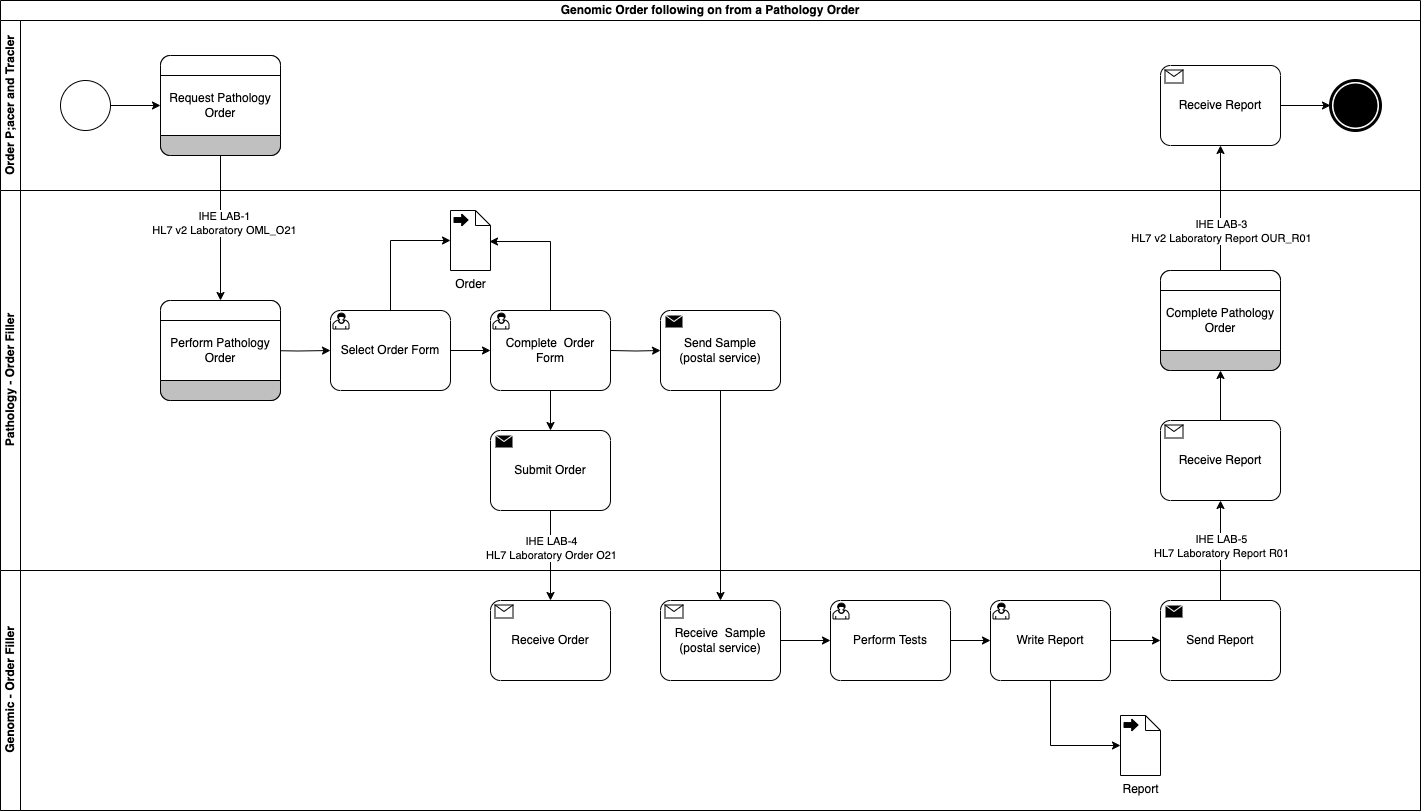
Above: input/images/LTW Use Case 3.drawio.png in nw-gmsa/nw-gmsa.github.com (draw.io), before the change. Source tidied: cells renumbered, new cells last; positions are measured from the earlier drawing's top-left corner, leaving out a move shared by most shapes. Its diagram source:
```xml
<mxGraphModel>
  <root>
    <mxCell id="0" />
    <mxCell id="1" parent="0" />
    <mxCell id="2" value="Genomic Order following on from a Pathology Order" style="swimlane;html=1;horizontal=1;startSize=20;whiteSpace=wrap;" parent="1" vertex="1">
      <mxGeometry width="1420" height="810" as="geometry" />
    </mxCell>
    <mxCell id="3" value="Order P;acer and Tracler" style="swimlane;startSize=20;horizontal=0;html=1;whiteSpace=wrap;" parent="2" vertex="1">
      <mxGeometry y="20" width="1420" height="170" as="geometry" />
    </mxCell>
    <mxCell id="4" style="edgeStyle=orthogonalEdgeStyle;rounded=0;jettySize=auto;html=1;" parent="3" edge="1" source="5" target="6">
      <mxGeometry relative="1" as="geometry" />
    </mxCell>
    <mxCell id="5" style="points=[[0.145,0.145,0],[0.5,0,0],[0.855,0.145,0],[1,0.5,0],[0.855,0.855,0],[0.5,1,0],[0.145,0.855,0],[0,0.5,0]];shape=mxgraph.bpmn.event;html=1;verticalLabelPosition=bottom;labelBackgroundColor=#ffffff;verticalAlign=top;align=center;perimeter=ellipsePerimeter;outlineConnect=0;outline=standard;symbol=general;" parent="3" vertex="1">
      <mxGeometry x="60" y="60" width="50" height="50" as="geometry" />
    </mxCell>
    <mxCell id="6" style="rounded=1;whiteSpace=wrap;html=1;absoluteArcSize=1;arcSize=20;horizontal=1;" parent="3" vertex="1">
      <mxGeometry x="160" y="35" width="120" height="100" as="geometry" />
    </mxCell>
    <mxCell id="7" style="whiteSpace=wrap;html=1;shape=mxgraph.basic.rect;size=10;rectStyle=rounded;bottomRightStyle=square;bottomLeftStyle=square;" parent="6" vertex="1">
      <mxGeometry width="120" height="20" as="geometry" />
    </mxCell>
    <mxCell id="8" value="Request Pathology Order" style="shape=mxgraph.bpmn.task2;taskMarker=abstract;whiteSpace=wrap;html=1;" parent="6" vertex="1">
      <mxGeometry y="20" width="120" height="60" as="geometry" />
    </mxCell>
    <mxCell id="9" style="whiteSpace=wrap;html=1;shape=mxgraph.basic.rect;size=10;rectStyle=rounded;topRightStyle=square;topLeftStyle=square;fillColor=#C0C0C0;" parent="6" vertex="1">
      <mxGeometry y="80" width="120" height="20" as="geometry" />
    </mxCell>
    <mxCell id="10" value="Receive Report" style="points=[[0.25,0,0],[0.5,0,0],[0.75,0,0],[1,0.25,0],[1,0.5,0],[1,0.75,0],[0.75,1,0],[0.5,1,0],[0.25,1,0],[0,0.75,0],[0,0.5,0],[0,0.25,0]];shape=mxgraph.bpmn.task2;whiteSpace=wrap;rectStyle=rounded;size=10;html=1;taskMarker=receive;" parent="3" vertex="1">
      <mxGeometry x="1160" y="45" width="120" height="80" as="geometry" />
    </mxCell>
    <mxCell id="11" style="points=[[0.145,0.145,0],[0.5,0,0],[0.855,0.145,0],[1,0.5,0],[0.855,0.855,0],[0.5,1,0],[0.145,0.855,0],[0,0.5,0]];shape=mxgraph.bpmn.event;html=1;verticalLabelPosition=bottom;labelBackgroundColor=#ffffff;verticalAlign=top;align=center;perimeter=ellipsePerimeter;outlineConnect=0;outline=end;symbol=terminate;" parent="3" vertex="1">
      <mxGeometry x="1330" y="60" width="50" height="50" as="geometry" />
    </mxCell>
    <mxCell id="12" style="edgeStyle=orthogonalEdgeStyle;rounded=0;jettySize=auto;html=1;entryX=0;entryY=0.5;entryDx=0;entryDy=0;entryPerimeter=0;" parent="3" edge="1" source="10" target="11">
      <mxGeometry relative="1" as="geometry" />
    </mxCell>
    <mxCell id="13" value="Pathology - Order Filler" style="swimlane;html=1;startSize=20;horizontal=0;" parent="2" vertex="1">
      <mxGeometry y="190" width="1420" height="380" as="geometry" />
    </mxCell>
    <mxCell id="14" style="edgeStyle=orthogonalEdgeStyle;rounded=0;jettySize=auto;html=1;entryX=0;entryY=0.5;entryDx=0;entryDy=0;entryPerimeter=0;" parent="13" edge="1" target="16">
      <mxGeometry relative="1" as="geometry">
        <mxPoint x="264" y="160" as="sourcePoint" />
      </mxGeometry>
    </mxCell>
    <mxCell id="15" style="edgeStyle=orthogonalEdgeStyle;rounded=0;jettySize=auto;html=1;" parent="13" edge="1" source="16" target="17">
      <mxGeometry relative="1" as="geometry" />
    </mxCell>
    <mxCell id="16" value="Select Order Form" style="points=[[0.25,0,0],[0.5,0,0],[0.75,0,0],[1,0.25,0],[1,0.5,0],[1,0.75,0],[0.75,1,0],[0.5,1,0],[0.25,1,0],[0,0.75,0],[0,0.5,0],[0,0.25,0]];shape=mxgraph.bpmn.task2;whiteSpace=wrap;rectStyle=rounded;size=10;html=1;taskMarker=user;" parent="13" vertex="1">
      <mxGeometry x="330" y="120" width="120" height="80" as="geometry" />
    </mxCell>
    <mxCell id="17" value="Complete&amp;nbsp; Order Form" style="points=[[0.25,0,0],[0.5,0,0],[0.75,0,0],[1,0.25,0],[1,0.5,0],[1,0.75,0],[0.75,1,0],[0.5,1,0],[0.25,1,0],[0,0.75,0],[0,0.5,0],[0,0.25,0]];shape=mxgraph.bpmn.task2;whiteSpace=wrap;rectStyle=rounded;size=10;html=1;taskMarker=user;" parent="13" vertex="1">
      <mxGeometry x="490" y="120" width="120" height="80" as="geometry" />
    </mxCell>
    <mxCell id="18" value="Submit Order" style="points=[[0.25,0,0],[0.5,0,0],[0.75,0,0],[1,0.25,0],[1,0.5,0],[1,0.75,0],[0.75,1,0],[0.5,1,0],[0.25,1,0],[0,0.75,0],[0,0.5,0],[0,0.25,0]];shape=mxgraph.bpmn.task2;whiteSpace=wrap;rectStyle=rounded;size=10;html=1;taskMarker=send;" parent="13" vertex="1">
      <mxGeometry x="490" y="240" width="120" height="80" as="geometry" />
    </mxCell>
    <mxCell id="19" style="edgeStyle=orthogonalEdgeStyle;rounded=0;jettySize=auto;html=1;entryX=0.5;entryY=0;entryDx=0;entryDy=0;entryPerimeter=0;" parent="13" edge="1" source="17" target="18">
      <mxGeometry relative="1" as="geometry" />
    </mxCell>
    <mxCell id="20" value="Order" style="shape=mxgraph.bpmn.data2;labelPosition=center;verticalLabelPosition=bottom;align=center;verticalAlign=top;size=15;html=1;bpmnTransferType=output;" parent="13" vertex="1">
      <mxGeometry x="450" y="20" width="40" height="60" as="geometry" />
    </mxCell>
    <mxCell id="21" style="edgeStyle=orthogonalEdgeStyle;rounded=0;jettySize=auto;html=1;entryX=0.975;entryY=0.517;entryDx=0;entryDy=0;entryPerimeter=0;" parent="13" edge="1" target="20">
      <mxGeometry relative="1" as="geometry">
        <mxPoint x="550" y="120" as="sourcePoint" />
        <Array as="points">
          <mxPoint x="550" y="51" />
        </Array>
      </mxGeometry>
    </mxCell>
    <mxCell id="22" value="Send Sample&lt;br&gt;(postal service)" style="points=[[0.25,0,0],[0.5,0,0],[0.75,0,0],[1,0.25,0],[1,0.5,0],[1,0.75,0],[0.75,1,0],[0.5,1,0],[0.25,1,0],[0,0.75,0],[0,0.5,0],[0,0.25,0]];shape=mxgraph.bpmn.task2;whiteSpace=wrap;rectStyle=rounded;size=10;html=1;taskMarker=send;" parent="13" vertex="1">
      <mxGeometry x="660" y="120" width="120" height="80" as="geometry" />
    </mxCell>
    <mxCell id="23" style="edgeStyle=orthogonalEdgeStyle;rounded=0;jettySize=auto;html=1;entryX=0;entryY=0.5;entryDx=0;entryDy=0;entryPerimeter=0;" parent="13" edge="1" target="22">
      <mxGeometry relative="1" as="geometry">
        <mxPoint x="610" y="160" as="sourcePoint" />
      </mxGeometry>
    </mxCell>
    <mxCell id="24" style="edgeStyle=orthogonalEdgeStyle;rounded=0;jettySize=auto;html=1;entryX=0.5;entryY=1;entryDx=0;entryDy=0;" parent="13" edge="1" source="25" target="31">
      <mxGeometry relative="1" as="geometry" />
    </mxCell>
    <mxCell id="25" value="Receive Report" style="points=[[0.25,0,0],[0.5,0,0],[0.75,0,0],[1,0.25,0],[1,0.5,0],[1,0.75,0],[0.75,1,0],[0.5,1,0],[0.25,1,0],[0,0.75,0],[0,0.5,0],[0,0.25,0]];shape=mxgraph.bpmn.task2;whiteSpace=wrap;rectStyle=rounded;size=10;html=1;taskMarker=receive;" parent="13" vertex="1">
      <mxGeometry x="1160" y="230" width="120" height="80" as="geometry" />
    </mxCell>
    <mxCell id="26" style="edgeStyle=orthogonalEdgeStyle;rounded=0;jettySize=auto;html=1;entryX=0;entryY=0.5;entryDx=0;entryDy=0;entryPerimeter=0;" parent="13" edge="1" source="16" target="20">
      <mxGeometry relative="1" as="geometry" />
    </mxCell>
    <mxCell id="27" style="rounded=1;whiteSpace=wrap;html=1;absoluteArcSize=1;arcSize=20;horizontal=1;" parent="13" vertex="1">
      <mxGeometry x="160" y="110" width="120" height="100" as="geometry" />
    </mxCell>
    <mxCell id="28" style="whiteSpace=wrap;html=1;shape=mxgraph.basic.rect;size=10;rectStyle=rounded;bottomRightStyle=square;bottomLeftStyle=square;" parent="27" vertex="1">
      <mxGeometry width="120" height="20" as="geometry" />
    </mxCell>
    <mxCell id="29" value="Perform Pathology Order" style="shape=mxgraph.bpmn.task2;taskMarker=abstract;whiteSpace=wrap;html=1;" parent="27" vertex="1">
      <mxGeometry y="20" width="120" height="60" as="geometry" />
    </mxCell>
    <mxCell id="30" style="whiteSpace=wrap;html=1;shape=mxgraph.basic.rect;size=10;rectStyle=rounded;topRightStyle=square;topLeftStyle=square;fillColor=#C0C0C0;" parent="27" vertex="1">
      <mxGeometry y="80" width="120" height="20" as="geometry" />
    </mxCell>
    <mxCell id="31" style="rounded=1;whiteSpace=wrap;html=1;absoluteArcSize=1;arcSize=20;horizontal=1;" parent="13" vertex="1">
      <mxGeometry x="1160" y="80" width="120" height="100" as="geometry" />
    </mxCell>
    <mxCell id="32" style="whiteSpace=wrap;html=1;shape=mxgraph.basic.rect;size=10;rectStyle=rounded;bottomRightStyle=square;bottomLeftStyle=square;" parent="31" vertex="1">
      <mxGeometry width="120" height="20" as="geometry" />
    </mxCell>
    <mxCell id="33" value="Complete Pathology Order" style="shape=mxgraph.bpmn.task2;taskMarker=abstract;whiteSpace=wrap;html=1;" parent="31" vertex="1">
      <mxGeometry y="20" width="120" height="60" as="geometry" />
    </mxCell>
    <mxCell id="34" style="whiteSpace=wrap;html=1;shape=mxgraph.basic.rect;size=10;rectStyle=rounded;topRightStyle=square;topLeftStyle=square;fillColor=#C0C0C0;" parent="31" vertex="1">
      <mxGeometry y="80" width="120" height="20" as="geometry" />
    </mxCell>
    <mxCell id="35" value="Genomic - Order Filler" style="swimlane;html=1;startSize=20;horizontal=0;" parent="2" vertex="1">
      <mxGeometry y="570" width="1420" height="240" as="geometry" />
    </mxCell>
    <mxCell id="36" value="Receive Order" style="points=[[0.25,0,0],[0.5,0,0],[0.75,0,0],[1,0.25,0],[1,0.5,0],[1,0.75,0],[0.75,1,0],[0.5,1,0],[0.25,1,0],[0,0.75,0],[0,0.5,0],[0,0.25,0]];shape=mxgraph.bpmn.task2;whiteSpace=wrap;rectStyle=rounded;size=10;html=1;taskMarker=receive;" parent="35" vertex="1">
      <mxGeometry x="490" y="30" width="120" height="80" as="geometry" />
    </mxCell>
    <mxCell id="37" style="edgeStyle=orthogonalEdgeStyle;rounded=0;jettySize=auto;html=1;entryX=0;entryY=0.5;entryDx=0;entryDy=0;entryPerimeter=0;" parent="35" edge="1" source="45" target="38">
      <mxGeometry relative="1" as="geometry" />
    </mxCell>
    <mxCell id="38" value="Perform Tests" style="points=[[0.25,0,0],[0.5,0,0],[0.75,0,0],[1,0.25,0],[1,0.5,0],[1,0.75,0],[0.75,1,0],[0.5,1,0],[0.25,1,0],[0,0.75,0],[0,0.5,0],[0,0.25,0]];shape=mxgraph.bpmn.task2;whiteSpace=wrap;rectStyle=rounded;size=10;html=1;taskMarker=user;" parent="35" vertex="1">
      <mxGeometry x="830" y="30" width="120" height="80" as="geometry" />
    </mxCell>
    <mxCell id="39" value="Write Report" style="points=[[0.25,0,0],[0.5,0,0],[0.75,0,0],[1,0.25,0],[1,0.5,0],[1,0.75,0],[0.75,1,0],[0.5,1,0],[0.25,1,0],[0,0.75,0],[0,0.5,0],[0,0.25,0]];shape=mxgraph.bpmn.task2;whiteSpace=wrap;rectStyle=rounded;size=10;html=1;taskMarker=user;" parent="35" vertex="1">
      <mxGeometry x="990" y="30" width="120" height="80" as="geometry" />
    </mxCell>
    <mxCell id="40" style="edgeStyle=orthogonalEdgeStyle;rounded=0;jettySize=auto;html=1;entryX=0;entryY=0.5;entryDx=0;entryDy=0;entryPerimeter=0;" parent="35" edge="1" source="38" target="39">
      <mxGeometry relative="1" as="geometry" />
    </mxCell>
    <mxCell id="41" value="Send Report" style="points=[[0.25,0,0],[0.5,0,0],[0.75,0,0],[1,0.25,0],[1,0.5,0],[1,0.75,0],[0.75,1,0],[0.5,1,0],[0.25,1,0],[0,0.75,0],[0,0.5,0],[0,0.25,0]];shape=mxgraph.bpmn.task2;whiteSpace=wrap;rectStyle=rounded;size=10;html=1;taskMarker=send;" parent="35" vertex="1">
      <mxGeometry x="1160" y="30" width="120" height="80" as="geometry" />
    </mxCell>
    <mxCell id="42" style="edgeStyle=orthogonalEdgeStyle;rounded=0;jettySize=auto;html=1;entryX=0;entryY=0.5;entryDx=0;entryDy=0;entryPerimeter=0;" parent="35" edge="1" source="39" target="41">
      <mxGeometry relative="1" as="geometry" />
    </mxCell>
    <mxCell id="43" value="Report" style="shape=mxgraph.bpmn.data2;labelPosition=center;verticalLabelPosition=bottom;align=center;verticalAlign=top;size=15;html=1;bpmnTransferType=output;" parent="35" vertex="1">
      <mxGeometry x="1120" y="145" width="40" height="60" as="geometry" />
    </mxCell>
    <mxCell id="44" style="edgeStyle=orthogonalEdgeStyle;rounded=0;jettySize=auto;html=1;entryX=0;entryY=0.5;entryDx=0;entryDy=0;entryPerimeter=0;" parent="35" edge="1" source="39" target="43">
      <mxGeometry relative="1" as="geometry">
        <Array as="points">
          <mxPoint x="1050" y="175" />
        </Array>
      </mxGeometry>
    </mxCell>
    <mxCell id="45" value="Receive&amp;nbsp; Sample&lt;br&gt;(postal service)" style="points=[[0.25,0,0],[0.5,0,0],[0.75,0,0],[1,0.25,0],[1,0.5,0],[1,0.75,0],[0.75,1,0],[0.5,1,0],[0.25,1,0],[0,0.75,0],[0,0.5,0],[0,0.25,0]];shape=mxgraph.bpmn.task2;whiteSpace=wrap;rectStyle=rounded;size=10;html=1;taskMarker=receive;" parent="35" vertex="1">
      <mxGeometry x="660" y="30" width="120" height="80" as="geometry" />
    </mxCell>
    <mxCell id="46" style="edgeStyle=orthogonalEdgeStyle;rounded=0;jettySize=auto;html=1;" parent="2" edge="1" source="18" target="36">
      <mxGeometry relative="1" as="geometry" />
    </mxCell>
    <mxCell id="47" value="IHE LAB-4&lt;br&gt;HL7 Laboratory Order O21" style="edgeLabel;html=1;align=center;verticalAlign=middle;" parent="46" vertex="1">
      <mxGeometry x="-0.18" relative="1" as="geometry" />
    </mxCell>
    <mxCell id="48" style="edgeStyle=orthogonalEdgeStyle;rounded=0;jettySize=auto;html=1;" parent="2" edge="1" source="41" target="25">
      <mxGeometry relative="1" as="geometry" />
    </mxCell>
    <mxCell id="49" value="IHE LAB-5&lt;br&gt;HL7 Laboratory Report R01" style="edgeLabel;html=1;align=center;verticalAlign=middle;" parent="48" vertex="1">
      <mxGeometry x="0.04" y="1" relative="1" as="geometry">
        <mxPoint x="1" y="-3" as="offset" />
      </mxGeometry>
    </mxCell>
    <mxCell id="50" style="edgeStyle=orthogonalEdgeStyle;rounded=0;jettySize=auto;html=1;" parent="2" edge="1" source="22" target="45">
      <mxGeometry relative="1" as="geometry" />
    </mxCell>
    <mxCell id="51" style="edgeStyle=orthogonalEdgeStyle;rounded=0;jettySize=auto;html=1;entryX=0.5;entryY=0;entryDx=0;entryDy=0;" parent="2" edge="1" source="6" target="27">
      <mxGeometry relative="1" as="geometry" />
    </mxCell>
    <mxCell id="52" value="IHE LAB-1&lt;br&gt;HL7 v2 Laboratory OML_O21" style="edgeLabel;html=1;align=center;verticalAlign=middle;" parent="51" vertex="1">
      <mxGeometry x="-0.08" y="3" relative="1" as="geometry" />
    </mxCell>
    <mxCell id="53" style="edgeStyle=orthogonalEdgeStyle;rounded=0;jettySize=auto;html=1;entryX=0.5;entryY=1;entryDx=0;entryDy=0;entryPerimeter=0;exitX=0.5;exitY=0;exitDx=0;exitDy=0;" parent="2" edge="1" source="31" target="10">
      <mxGeometry relative="1" as="geometry" />
    </mxCell>
    <mxCell id="54" value="IHE LAB-3&lt;br&gt;HL7 v2 Laboratory Report OUR_R01" style="edgeLabel;html=1;align=center;verticalAlign=middle;" parent="53" vertex="1">
      <mxGeometry x="-0.04" y="1" relative="1" as="geometry">
        <mxPoint x="1" y="20" as="offset" />
      </mxGeometry>
    </mxCell>
  </root>
</mxGraphModel>
```
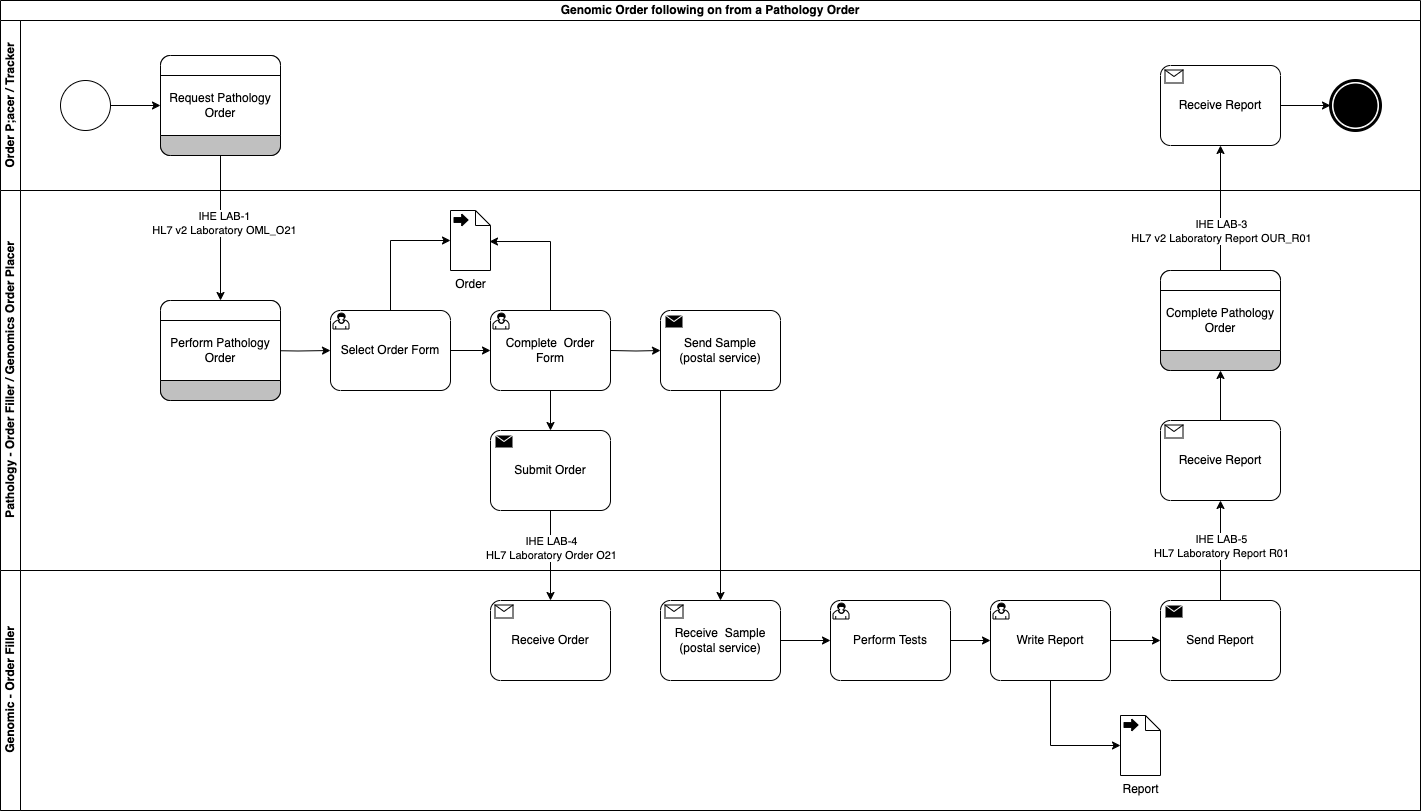
Above is the later version.

The edit, as a diff of the source:
```diff
@@ -5,7 +5,7 @@
     <mxCell id="2" value="Genomic Order following on from a Pathology Order" style="swimlane;html=1;horizontal=1;startSize=20;whiteSpace=wrap;" parent="1" vertex="1">
       <mxGeometry width="1420" height="810" as="geometry" />
     </mxCell>
-    <mxCell id="3" value="Order P;acer and Tracler" style="swimlane;startSize=20;horizontal=0;html=1;whiteSpace=wrap;" parent="2" vertex="1">
+    <mxCell id="3" value="Order P;acer / Tracker" style="swimlane;startSize=20;horizontal=0;html=1;whiteSpace=wrap;" parent="2" vertex="1">
       <mxGeometry y="20" width="1420" height="170" as="geometry" />
     </mxCell>
     <mxCell id="4" style="edgeStyle=orthogonalEdgeStyle;rounded=0;jettySize=auto;html=1;" parent="3" edge="1" source="5" target="6">
@@ -35,7 +35,7 @@
     <mxCell id="12" style="edgeStyle=orthogonalEdgeStyle;rounded=0;jettySize=auto;html=1;entryX=0;entryY=0.5;entryDx=0;entryDy=0;entryPerimeter=0;" parent="3" edge="1" source="10" target="11">
       <mxGeometry relative="1" as="geometry" />
     </mxCell>
-    <mxCell id="13" value="Pathology - Order Filler" style="swimlane;html=1;startSize=20;horizontal=0;" parent="2" vertex="1">
+    <mxCell id="13" value="Pathology - Order Filler / Genomics Order Placer" style="swimlane;html=1;startSize=20;horizontal=0;" parent="2" vertex="1">
       <mxGeometry y="190" width="1420" height="380" as="geometry" />
     </mxCell>
     <mxCell id="14" style="edgeStyle=orthogonalEdgeStyle;rounded=0;jettySize=auto;html=1;entryX=0;entryY=0.5;entryDx=0;entryDy=0;entryPerimeter=0;" parent="13" edge="1" target="16">
```
